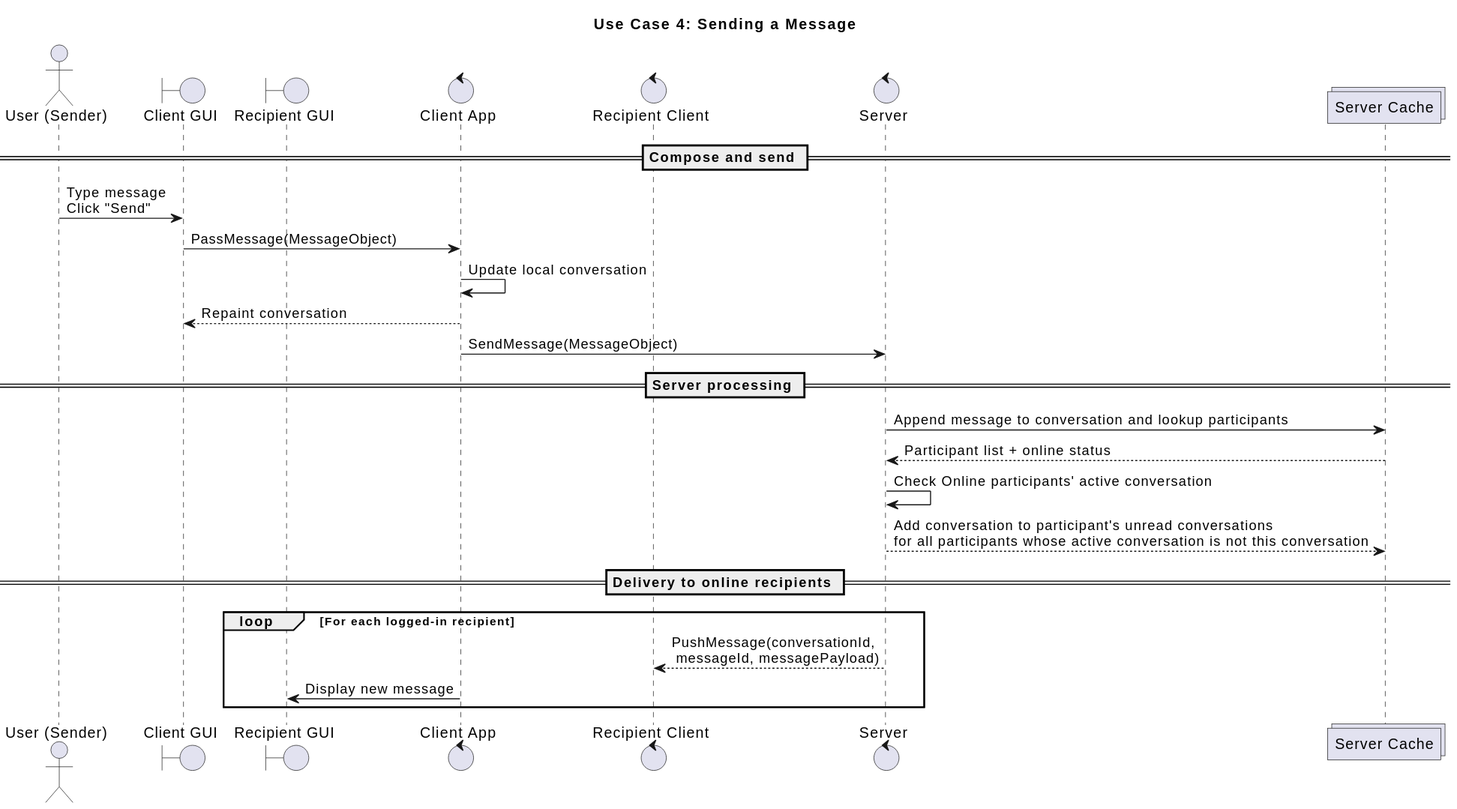
Before: docs/diagrams/SequenceDiagrams/4-SendingAMessage.svg, a diagram exported from PlantUML (NubezVilla/CS_401_Group_1).
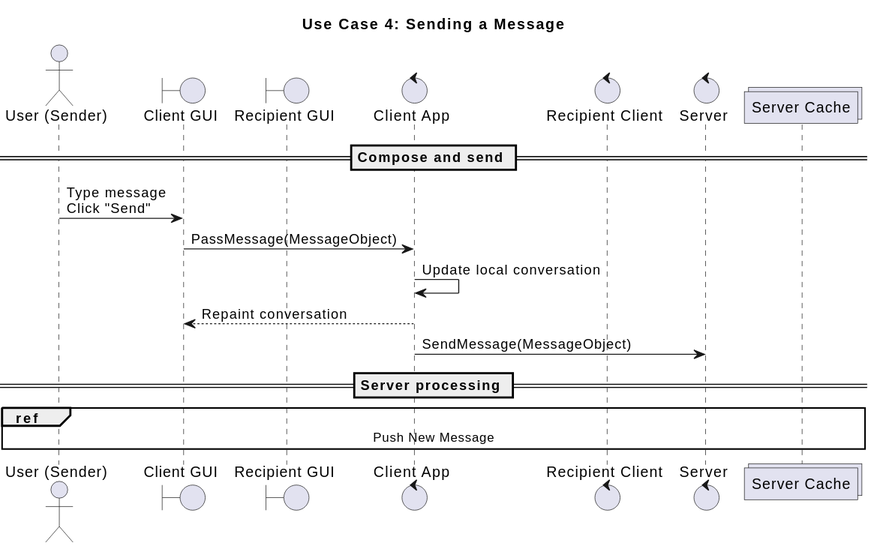
After the change.

Commit message:
docs: auto-render PlantUML diagrams

What changed in the source:
```diff
@@ -17,13 +17,5 @@
 Client -> Server: SendMessage(MessageObject)
 
 == Server processing ==
-Server -> Cache: Append message to conversation and lookup participants
-Cache --> Server: Participant list + online status
-Server -> Server: Check Online participants' active conversation
-Server --> Cache: Add conversation to participant's unread conversations\nfor all participants whose active conversation is not this conversation
-== Delivery to online recipients ==
-loop For each logged-in recipient
-  Server --> Recipient: PushMessage(conversationId,\n messageId, messagePayload)
-  Client -> cGUI: Display new message
-end
+ref over Sender, cGUI, Server, Cache, Recipient : Push New Message
 @enduml
```
